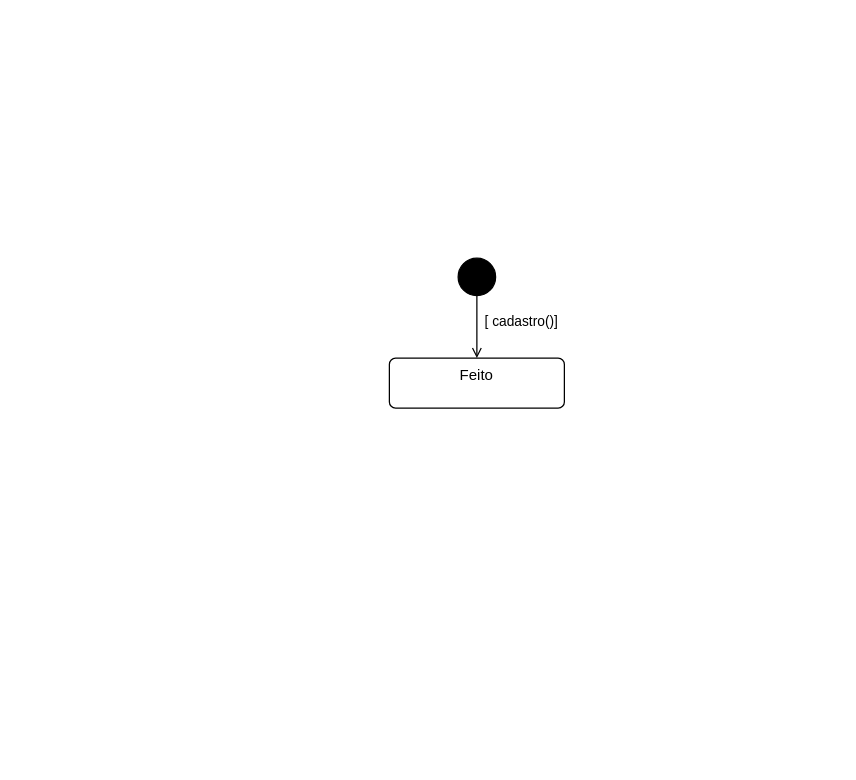
NickSplorer/diagramas_waldo keeps this draw.io diagram as reserva.drawio. Above is the earlier version. Source tidied: cells renumbered, new cells numbered last; positions are measured from the earlier drawing's top-left corner, leaving out a move shared by most shapes. Both pictures are drawn from the tidied source at 125%, with x=0, y=0 at pixel (389, 258).
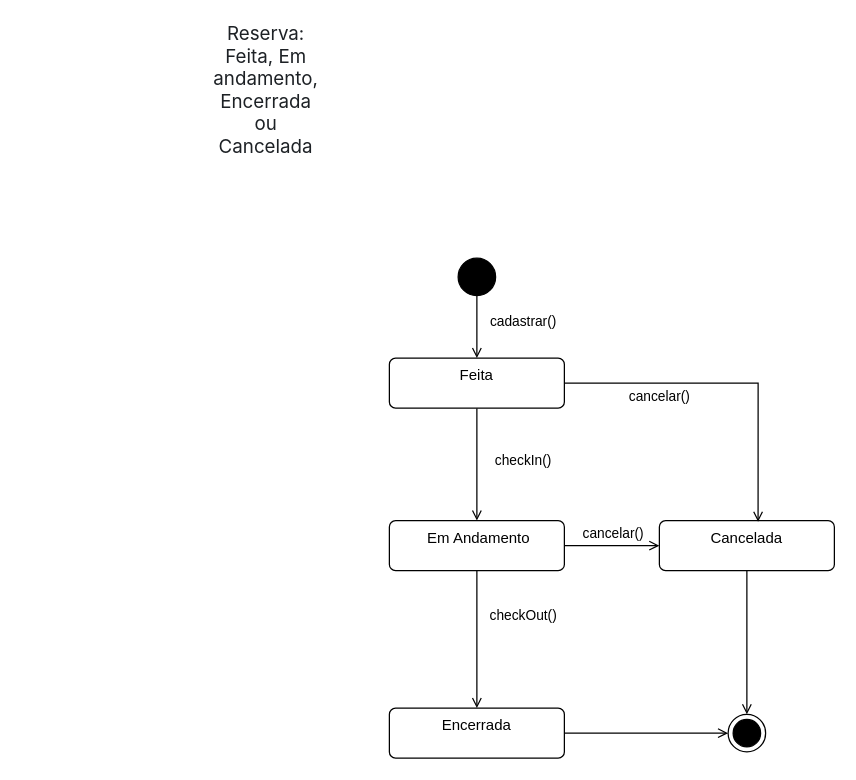
After the change.

Unchanged cells that the change refers to:
```xml
<mxCell id="2" style="edgeStyle=orthogonalEdgeStyle;rounded=0;jettySize=auto;html=1;endArrow=open;endFill=0;" parent="1" edge="1" source="4" target="5">
  <mxGeometry relative="1" as="geometry" />
</mxCell>
```

What changed in the source:
```diff
@@
-    <mxCell id="3" value="[ cadastro()]&amp;nbsp;" style="edgeLabel;html=1;align=center;verticalAlign=middle;fontFamily=Helvetica;fontSize=11;fontColor=default;labelBackgroundColor=default;" parent="2" vertex="1">
+    <mxCell id="3" value="cadastrar()" style="edgeLabel;html=1;align=center;verticalAlign=middle;fontFamily=Helvetica;fontSize=11;fontColor=default;labelBackgroundColor=default;" parent="2" vertex="1">
       <mxGeometry x="-0.28" relative="1" as="geometry">
         <mxPoint x="36" y="2" as="offset" />
       </mxGeometry>
     </mxCell>
@@
+    <mxCell id="6" style="edgeStyle=orthogonalEdgeStyle;rounded=0;jettySize=auto;html=1;entryX=0.5;entryY=0;entryDx=0;entryDy=0;endArrow=open;endFill=0;" parent="1" edge="1" source="5" target="12">
+      <mxGeometry relative="1" as="geometry" />
+    </mxCell>
+    <mxCell id="7" value="checkIn()" style="edgeLabel;html=1;align=center;verticalAlign=middle;fontFamily=Helvetica;fontSize=11;fontColor=default;labelBackgroundColor=default;" parent="6" vertex="1">
+      <mxGeometry x="-0.09" y="-1" relative="1" as="geometry">
+        <mxPoint x="37" as="offset" />
+      </mxGeometry>
+    </mxCell>
-    <mxCell id="5" value="Feito" style="html=1;align=center;verticalAlign=top;rounded=1;absoluteArcSize=1;arcSize=10;dashed=0;whiteSpace=wrap;" parent="1" vertex="1">
+    <mxCell id="5" value="Feita" style="html=1;align=center;verticalAlign=top;rounded=1;absoluteArcSize=1;arcSize=10;dashed=0;whiteSpace=wrap;" parent="1" vertex="1">
       <mxGeometry y="80" width="140" height="40" as="geometry" />
     </mxCell>
+    <mxCell id="8" value="&lt;span style=&quot;color: rgb(29, 33, 37); font-family: -apple-system, BlinkMacSystemFont, &amp;quot;Segoe UI&amp;quot;, Roboto, &amp;quot;Helvetica Neue&amp;quot;, Arial, &amp;quot;Noto Sans&amp;quot;, &amp;quot;Liberation Sans&amp;quot;, sans-serif, &amp;quot;Apple Color Emoji&amp;quot;, &amp;quot;Segoe UI Emoji&amp;quot;, &amp;quot;Segoe UI Symbol&amp;quot;, &amp;quot;Noto Color Emoji&amp;quot;; font-size: 15px; text-align: start; text-wrap-mode: wrap; background-color: rgb(255, 255, 255);&quot;&gt;Reserva: Feita, Em andamento, Encerrada ou Cancelada&lt;/span&gt;" style="text;html=1;align=center;verticalAlign=middle;strokeColor=none;fillColor=none;" parent="1" vertex="1">
+      <mxGeometry x="-294" y="-150" width="390" height="30" as="geometry" />
+    </mxCell>
+    <mxCell id="9" style="edgeStyle=orthogonalEdgeStyle;shape=connector;rounded=0;jettySize=auto;html=1;entryX=0.5;entryY=0;entryDx=0;entryDy=0;strokeColor=default;align=center;verticalAlign=middle;fontFamily=Helvetica;fontSize=11;fontColor=default;labelBackgroundColor=default;endArrow=open;endFill=0;" parent="1" edge="1" source="12" target="14">
+      <mxGeometry relative="1" as="geometry" />
+    </mxCell>
+    <mxCell id="10" value="checkOut()" style="edgeLabel;html=1;align=center;verticalAlign=middle;fontFamily=Helvetica;fontSize=11;fontColor=default;labelBackgroundColor=default;" parent="9" vertex="1">
+      <mxGeometry x="-0.36" y="3" relative="1" as="geometry">
+        <mxPoint x="33" as="offset" />
+      </mxGeometry>
+    </mxCell>
+    <mxCell id="11" style="edgeStyle=orthogonalEdgeStyle;shape=connector;rounded=0;jettySize=auto;html=1;entryX=0;entryY=0.5;entryDx=0;entryDy=0;strokeColor=default;align=center;verticalAlign=middle;fontFamily=Helvetica;fontSize=11;fontColor=default;labelBackgroundColor=default;endArrow=open;endFill=0;" parent="1" edge="1" source="12" target="16">
+      <mxGeometry relative="1" as="geometry" />
+    </mxCell>
+    <mxCell id="12" value="&amp;nbsp;Em Andamento" style="html=1;align=center;verticalAlign=top;rounded=1;absoluteArcSize=1;arcSize=10;dashed=0;whiteSpace=wrap;" parent="1" vertex="1">
+      <mxGeometry y="210" width="140" height="40" as="geometry" />
+    </mxCell>
+    <mxCell id="13" style="edgeStyle=orthogonalEdgeStyle;shape=connector;rounded=0;jettySize=auto;html=1;strokeColor=default;align=center;verticalAlign=middle;fontFamily=Helvetica;fontSize=11;fontColor=default;labelBackgroundColor=default;endArrow=open;endFill=0;entryX=0;entryY=0.5;entryDx=0;entryDy=0;" parent="1" edge="1" source="14" target="19">
+      <mxGeometry relative="1" as="geometry" />
+    </mxCell>
+    <mxCell id="14" value="Encerrada" style="html=1;align=center;verticalAlign=top;rounded=1;absoluteArcSize=1;arcSize=10;dashed=0;whiteSpace=wrap;" parent="1" vertex="1">
+      <mxGeometry y="360" width="140" height="40" as="geometry" />
+    </mxCell>
+    <mxCell id="15" style="edgeStyle=orthogonalEdgeStyle;shape=connector;rounded=0;jettySize=auto;html=1;strokeColor=default;align=center;verticalAlign=middle;fontFamily=Helvetica;fontSize=11;fontColor=default;labelBackgroundColor=default;endArrow=open;endFill=0;entryX=0.5;entryY=0;entryDx=0;entryDy=0;" parent="1" edge="1" source="16" target="19">
+      <mxGeometry relative="1" as="geometry" />
+    </mxCell>
+    <mxCell id="16" value="Cancelada" style="html=1;align=center;verticalAlign=top;rounded=1;absoluteArcSize=1;arcSize=10;dashed=0;whiteSpace=wrap;" parent="1" vertex="1">
+      <mxGeometry x="216" y="210" width="140" height="40" as="geometry" />
+    </mxCell>
+    <mxCell id="17" style="edgeStyle=orthogonalEdgeStyle;shape=connector;rounded=0;jettySize=auto;html=1;entryX=0.564;entryY=0.025;entryDx=0;entryDy=0;entryPerimeter=0;strokeColor=default;align=center;verticalAlign=middle;fontFamily=Helvetica;fontSize=11;fontColor=default;labelBackgroundColor=default;endArrow=open;endFill=0;" parent="1" edge="1" source="5" target="16">
+      <mxGeometry relative="1" as="geometry" />
+    </mxCell>
+    <mxCell id="18" value="cancelar()" style="edgeLabel;html=1;align=center;verticalAlign=middle;fontFamily=Helvetica;fontSize=11;fontColor=default;labelBackgroundColor=default;" parent="17" vertex="1">
+      <mxGeometry x="-0.32" y="1" relative="1" as="geometry">
+        <mxPoint x="-15" y="11" as="offset" />
+      </mxGeometry>
+    </mxCell>
+    <mxCell id="19" style="ellipse;html=1;shape=endState;fillColor=strokeColor;fontFamily=Helvetica;fontSize=11;fontColor=default;labelBackgroundColor=default;" parent="1" vertex="1">
+      <mxGeometry x="271" y="365" width="30" height="30" as="geometry" />
+    </mxCell>
+    <mxCell id="20" value="cancelar()" style="edgeLabel;html=1;align=center;verticalAlign=middle;fontFamily=Helvetica;fontSize=11;fontColor=default;labelBackgroundColor=default;" parent="1" vertex="1">
+      <mxGeometry x="176" y="210" as="geometry">
+        <mxPoint x="2" y="9" as="offset" />
+      </mxGeometry>
+    </mxCell>
```
